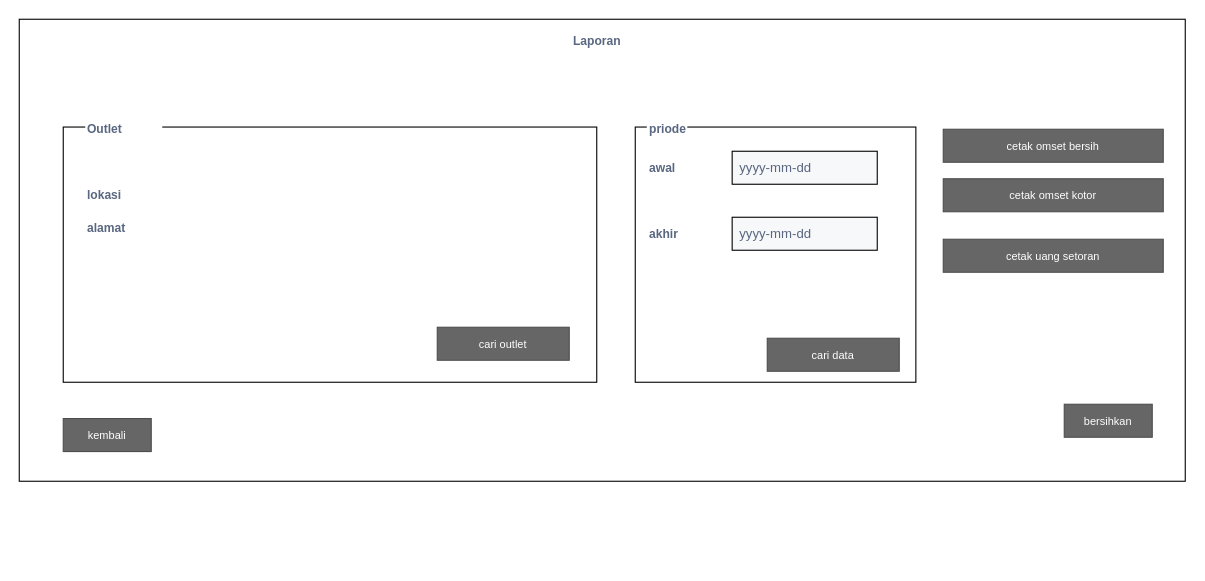
Earlier version of the draw.io diagram diagram/rancangan_layar/Form_laporan.drawio (mqnoy/kakapeh). Source tidied: cells renumbered, new cells numbered last; positions are measured from the earlier drawing's top-left corner, leaving out a move shared by most shapes. Both pictures are drawn from the tidied source at 110%, with x=0, y=0 at pixel (19, 19).
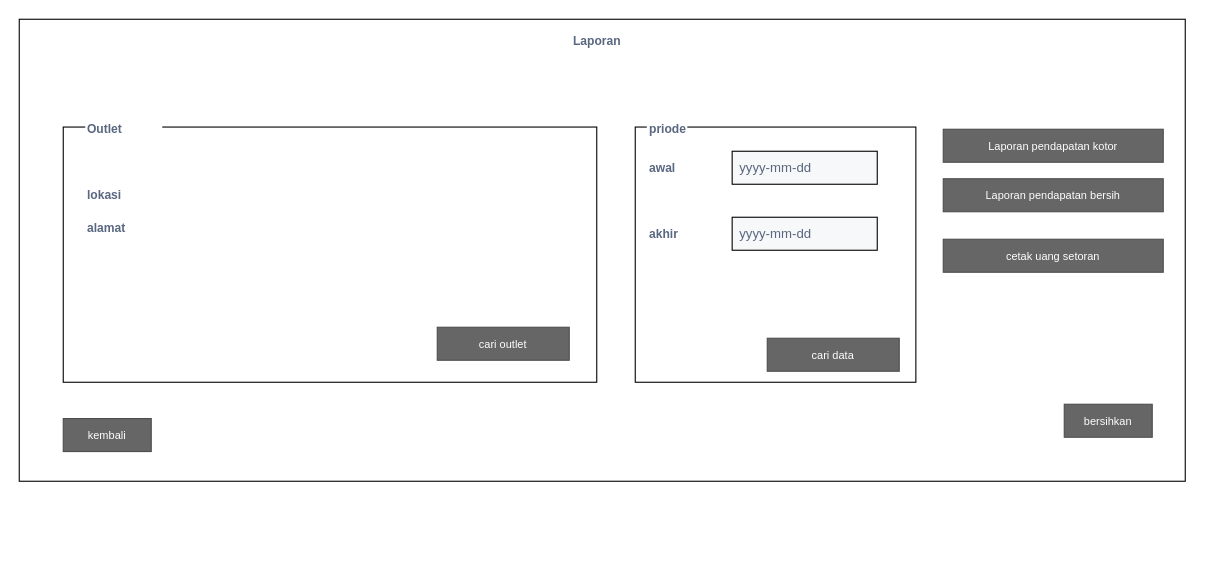
The same page after the edit.

What changed in the source:
```diff
@@
-    <mxCell id="22" value="cetak omset bersih" style="rounded=0;html=1;shadow=0;dashed=0;whiteSpace=wrap;fontSize=10;fillColor=#666666;align=center;strokeColor=#4D4D4D;fontColor=#ffffff;comic=0;" parent="1" vertex="1">
+    <mxCell id="22" value="Laporan pendapatan kotor" style="rounded=0;html=1;shadow=0;dashed=0;whiteSpace=wrap;fontSize=10;fillColor=#666666;align=center;strokeColor=#4D4D4D;fontColor=#ffffff;comic=0;" parent="1" vertex="1">
       <mxGeometry x="840" y="100" width="200" height="30" as="geometry" />
     </mxCell>
-    <mxCell id="23" value="cetak omset kotor" style="rounded=0;html=1;shadow=0;dashed=0;whiteSpace=wrap;fontSize=10;fillColor=#666666;align=center;strokeColor=#4D4D4D;fontColor=#ffffff;comic=0;" parent="1" vertex="1">
+    <mxCell id="23" value="Laporan pendapatan bersih" style="rounded=0;html=1;shadow=0;dashed=0;whiteSpace=wrap;fontSize=10;fillColor=#666666;align=center;strokeColor=#4D4D4D;fontColor=#ffffff;comic=0;" parent="1" vertex="1">
       <mxGeometry x="840" y="145" width="200" height="30" as="geometry" />
     </mxCell>
```
